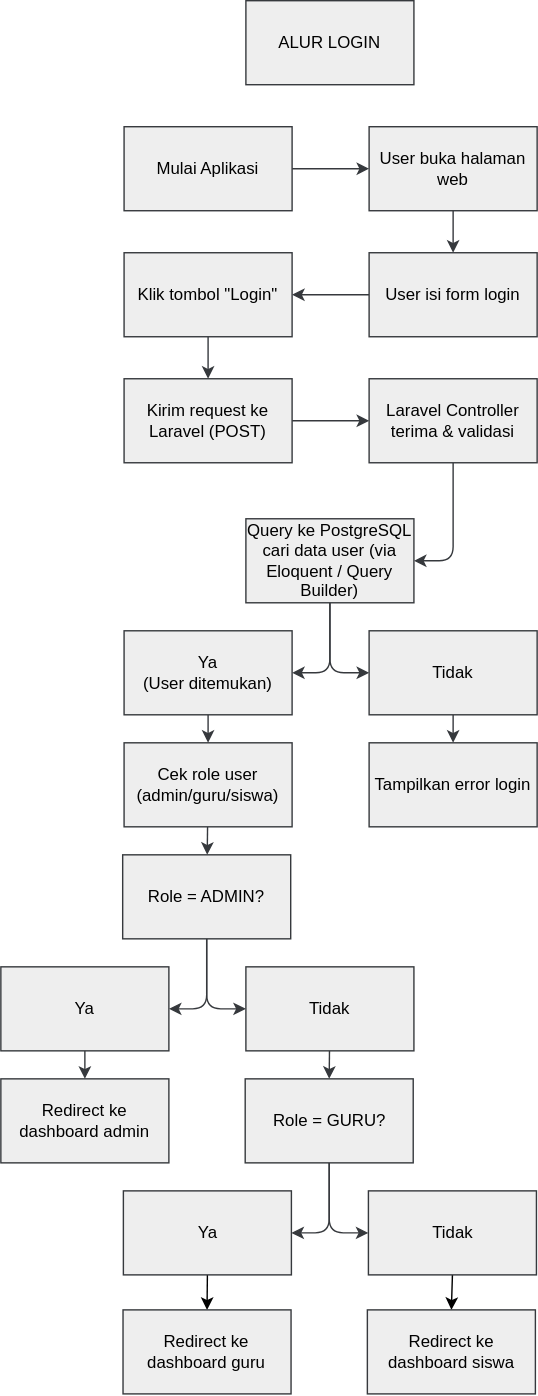
SukaMCD/Aplikasi-Guru keeps this draw.io diagram as Flowchart.drawio.svg. Above is the earlier version. Source tidied: cells renumbered, new cells last; positions are measured from the earlier drawing's top-left corner, leaving out a move shared by most shapes.
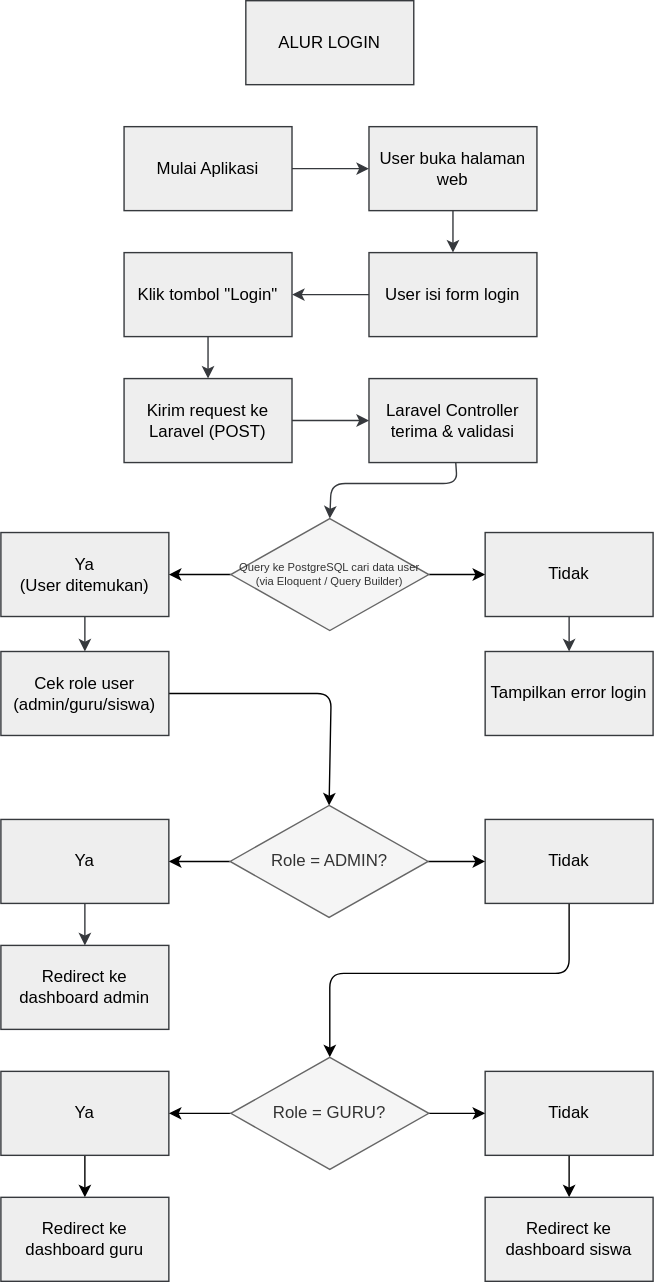
The same file after the commit.

Diff of the diagram source:
```diff
@@ -6,149 +6,135 @@
       <mxGeometry relative="1" as="geometry" />
     </mxCell>
     <mxCell id="3" value="Mulai Aplikasi" style="rounded=0;whiteSpace=wrap;html=1;fillColor=#eeeeee;strokeColor=#36393d;" parent="1" vertex="1">
-      <mxGeometry x="88" y="90" width="120" height="60" as="geometry" />
+      <mxGeometry x="46" y="128" width="120" height="60" as="geometry" />
     </mxCell>
     <mxCell id="4" style="edgeStyle=none;html=1;entryX=0.5;entryY=0;entryDx=0;entryDy=0;fillColor=#eeeeee;strokeColor=#36393d;" parent="1" edge="1" source="5" target="7">
       <mxGeometry relative="1" as="geometry" />
     </mxCell>
     <mxCell id="5" value="User buka halaman web" style="rounded=0;whiteSpace=wrap;html=1;fillColor=#eeeeee;strokeColor=#36393d;" parent="1" vertex="1">
-      <mxGeometry x="263" y="90" width="120" height="60" as="geometry" />
+      <mxGeometry x="221" y="128" width="120" height="60" as="geometry" />
     </mxCell>
     <mxCell id="6" style="edgeStyle=none;html=1;fillColor=#eeeeee;strokeColor=#36393d;" parent="1" edge="1" source="7" target="9">
       <mxGeometry relative="1" as="geometry" />
     </mxCell>
     <mxCell id="7" value="User isi form login" style="rounded=0;whiteSpace=wrap;html=1;fillColor=#eeeeee;strokeColor=#36393d;" parent="1" vertex="1">
-      <mxGeometry x="263" y="180" width="120" height="60" as="geometry" />
+      <mxGeometry x="221" y="218" width="120" height="60" as="geometry" />
     </mxCell>
     <mxCell id="8" style="edgeStyle=none;html=1;entryX=0.5;entryY=0;entryDx=0;entryDy=0;fillColor=#eeeeee;strokeColor=#36393d;" parent="1" edge="1" source="9" target="11">
       <mxGeometry relative="1" as="geometry" />
     </mxCell>
     <mxCell id="9" value="Klik tombol &quot;Login&quot;" style="rounded=0;whiteSpace=wrap;html=1;fillColor=#eeeeee;strokeColor=#36393d;" parent="1" vertex="1">
-      <mxGeometry x="88" y="180" width="120" height="60" as="geometry" />
+      <mxGeometry x="46" y="218" width="120" height="60" as="geometry" />
     </mxCell>
     <mxCell id="10" style="edgeStyle=none;html=1;entryX=0;entryY=0.5;entryDx=0;entryDy=0;fillColor=#eeeeee;strokeColor=#36393d;" parent="1" edge="1" source="11" target="13">
       <mxGeometry relative="1" as="geometry" />
     </mxCell>
     <mxCell id="11" value="Kirim request ke Laravel (POST)" style="rounded=0;whiteSpace=wrap;html=1;fillColor=#eeeeee;strokeColor=#36393d;" parent="1" vertex="1">
-      <mxGeometry x="88" y="270" width="120" height="60" as="geometry" />
+      <mxGeometry x="46" y="308" width="120" height="60" as="geometry" />
     </mxCell>
-    <mxCell id="12" style="edgeStyle=none;html=1;entryX=1;entryY=0.5;entryDx=0;entryDy=0;fillColor=#eeeeee;strokeColor=#36393d;" parent="1" edge="1" source="13" target="16">
+    <mxCell id="12" style="edgeStyle=none;html=1;fillColor=#eeeeee;strokeColor=#36393d;entryX=0.5;entryY=0;entryDx=0;entryDy=0;" parent="1" edge="1" source="13" target="16">
       <mxGeometry relative="1" as="geometry">
         <Array as="points">
-          <mxPoint x="323" y="400" />
+          <mxPoint x="284" y="383" />
+          <mxPoint x="194" y="383" />
         </Array>
       </mxGeometry>
     </mxCell>
     <mxCell id="13" value="Laravel Controller terima &amp;amp; validasi" style="rounded=0;whiteSpace=wrap;html=1;fillColor=#eeeeee;strokeColor=#36393d;" parent="1" vertex="1">
-      <mxGeometry x="263" y="270" width="120" height="60" as="geometry" />
+      <mxGeometry x="221" y="308" width="120" height="60" as="geometry" />
     </mxCell>
-    <mxCell id="14" style="edgeStyle=none;html=1;entryX=1;entryY=0.5;entryDx=0;entryDy=0;fillColor=#eeeeee;strokeColor=#36393d;" parent="1" edge="1" source="16" target="18">
-      <mxGeometry relative="1" as="geometry">
-        <Array as="points">
-          <mxPoint x="235" y="480" />
-        </Array>
-      </mxGeometry>
-    </mxCell>
-    <mxCell id="15" style="edgeStyle=none;html=1;exitX=0.5;exitY=1;exitDx=0;exitDy=0;entryX=0;entryY=0.5;entryDx=0;entryDy=0;fillColor=#eeeeee;strokeColor=#36393d;" parent="1" edge="1" source="16" target="20">
-      <mxGeometry relative="1" as="geometry">
-        <Array as="points">
-          <mxPoint x="235" y="480" />
-        </Array>
-      </mxGeometry>
-    </mxCell>
-    <mxCell id="16" value="&lt;div&gt;&lt;font style=&quot;color: light-dark(rgb(0, 0, 0), rgb(255, 255, 255));&quot;&gt;&lt;font&gt;Query ke PostgreSQL cari data user&lt;/font&gt;&lt;span style=&quot;background-color: transparent;&quot;&gt;&amp;nbsp;(via Eloquent / Query Builder)&amp;nbsp;&lt;/span&gt;&lt;/font&gt;&lt;/div&gt;" style="rounded=0;whiteSpace=wrap;html=1;fillColor=#eeeeee;strokeColor=#36393d;" parent="1" vertex="1">
-      <mxGeometry x="175" y="370" width="120" height="60" as="geometry" />
-    </mxCell>
     <mxCell id="17" style="edgeStyle=none;html=1;fillColor=#eeeeee;strokeColor=#36393d;" parent="1" edge="1" source="18" target="22">
       <mxGeometry relative="1" as="geometry" />
     </mxCell>
     <mxCell id="18" value="Ya&lt;div&gt;(User ditemukan)&lt;/div&gt;" style="rounded=0;whiteSpace=wrap;html=1;fillColor=#eeeeee;strokeColor=#36393d;" parent="1" vertex="1">
-      <mxGeometry x="88" y="450" width="120" height="60" as="geometry" />
+      <mxGeometry x="-42" y="418" width="120" height="60" as="geometry" />
     </mxCell>
     <mxCell id="19" style="edgeStyle=none;html=1;fillColor=#eeeeee;strokeColor=#36393d;" parent="1" edge="1" source="20" target="23">
       <mxGeometry relative="1" as="geometry" />
     </mxCell>
     <mxCell id="20" value="Tidak" style="rounded=0;whiteSpace=wrap;html=1;fillColor=#eeeeee;strokeColor=#36393d;" parent="1" vertex="1">
-      <mxGeometry x="263" y="450" width="120" height="60" as="geometry" />
+      <mxGeometry x="304" y="418" width="120" height="60" as="geometry" />
     </mxCell>
-    <mxCell id="21" style="edgeStyle=none;html=1;fillColor=#eeeeee;strokeColor=#36393d;" parent="1" edge="1" source="22" target="26">
-      <mxGeometry relative="1" as="geometry" />
+    <mxCell id="21" style="edgeStyle=none;html=1;entryX=0.5;entryY=0;entryDx=0;entryDy=0;" parent="1" edge="1" source="22" target="26">
+      <mxGeometry relative="1" as="geometry">
+        <Array as="points">
+          <mxPoint x="194" y="533" />
+        </Array>
+      </mxGeometry>
     </mxCell>
     <mxCell id="22" value="Cek role user (admin/guru/siswa)" style="rounded=0;whiteSpace=wrap;html=1;fillColor=#eeeeee;strokeColor=#36393d;" parent="1" vertex="1">
-      <mxGeometry x="88" y="530" width="120" height="60" as="geometry" />
+      <mxGeometry x="-42" y="503" width="120" height="60" as="geometry" />
     </mxCell>
     <mxCell id="23" value="Tampilkan error login" style="rounded=0;whiteSpace=wrap;html=1;fillColor=#eeeeee;strokeColor=#36393d;" parent="1" vertex="1">
-      <mxGeometry x="263" y="530" width="120" height="60" as="geometry" />
+      <mxGeometry x="304" y="503" width="120" height="60" as="geometry" />
     </mxCell>
-    <mxCell id="24" style="edgeStyle=none;html=1;entryX=1;entryY=0.5;entryDx=0;entryDy=0;fillColor=#eeeeee;strokeColor=#36393d;" parent="1" edge="1" source="26" target="28">
-      <mxGeometry relative="1" as="geometry">
-        <Array as="points">
-          <mxPoint x="147" y="720" />
-        </Array>
-      </mxGeometry>
-    </mxCell>
-    <mxCell id="25" style="edgeStyle=none;html=1;exitX=0.5;exitY=1;exitDx=0;exitDy=0;entryX=0;entryY=0.5;entryDx=0;entryDy=0;fillColor=#eeeeee;strokeColor=#36393d;" parent="1" edge="1" source="26" target="30">
-      <mxGeometry relative="1" as="geometry">
-        <Array as="points">
-          <mxPoint x="147" y="720" />
-        </Array>
-      </mxGeometry>
-    </mxCell>
-    <mxCell id="26" value="Role = ADMIN?" style="rounded=0;whiteSpace=wrap;html=1;fillColor=#eeeeee;strokeColor=#36393d;" parent="1" vertex="1">
-      <mxGeometry x="87" y="610" width="120" height="60" as="geometry" />
-    </mxCell>
     <mxCell id="27" style="edgeStyle=none;html=1;fillColor=#eeeeee;strokeColor=#36393d;" parent="1" edge="1" source="28" target="31">
       <mxGeometry relative="1" as="geometry" />
     </mxCell>
     <mxCell id="28" value="Ya" style="rounded=0;whiteSpace=wrap;html=1;fillColor=#eeeeee;strokeColor=#36393d;" parent="1" vertex="1">
-      <mxGeometry y="690" width="120" height="60" as="geometry" />
+      <mxGeometry x="-42" y="623" width="120" height="60" as="geometry" />
     </mxCell>
-    <mxCell id="29" style="edgeStyle=none;html=1;entryX=0.5;entryY=0;entryDx=0;entryDy=0;fillColor=#eeeeee;strokeColor=#36393d;" parent="1" edge="1" source="30" target="34">
-      <mxGeometry relative="1" as="geometry" />
+    <mxCell id="29" style="edgeStyle=none;html=1;entryX=0.5;entryY=0;entryDx=0;entryDy=0;" parent="1" edge="1" source="30" target="34">
+      <mxGeometry relative="1" as="geometry">
+        <Array as="points">
+          <mxPoint x="364" y="733" />
+          <mxPoint x="193" y="733" />
+        </Array>
+      </mxGeometry>
     </mxCell>
     <mxCell id="30" value="Tidak" style="rounded=0;whiteSpace=wrap;html=1;fillColor=#eeeeee;strokeColor=#36393d;" parent="1" vertex="1">
-      <mxGeometry x="175" y="690" width="120" height="60" as="geometry" />
+      <mxGeometry x="304" y="623" width="120" height="60" as="geometry" />
     </mxCell>
     <mxCell id="31" value="Redirect ke dashboard admin" style="rounded=0;whiteSpace=wrap;html=1;fillColor=#eeeeee;strokeColor=#36393d;" parent="1" vertex="1">
-      <mxGeometry y="770" width="120" height="60" as="geometry" />
+      <mxGeometry x="-42" y="713" width="120" height="60" as="geometry" />
     </mxCell>
-    <mxCell id="32" style="edgeStyle=none;html=1;entryX=1;entryY=0.5;entryDx=0;entryDy=0;fillColor=#eeeeee;strokeColor=#36393d;" parent="1" edge="1" source="34" target="36">
-      <mxGeometry relative="1" as="geometry">
-        <Array as="points">
-          <mxPoint x="234.5" y="880" />
-        </Array>
-      </mxGeometry>
-    </mxCell>
-    <mxCell id="33" style="edgeStyle=none;html=1;exitX=0.5;exitY=1;exitDx=0;exitDy=0;entryX=0;entryY=0.5;entryDx=0;entryDy=0;fillColor=#eeeeee;strokeColor=#36393d;" parent="1" edge="1" source="34" target="38">
-      <mxGeometry relative="1" as="geometry">
-        <Array as="points">
-          <mxPoint x="234.5" y="880" />
-        </Array>
-      </mxGeometry>
-    </mxCell>
-    <mxCell id="34" value="Role = GURU?" style="rounded=0;whiteSpace=wrap;html=1;fillColor=#eeeeee;strokeColor=#36393d;" parent="1" vertex="1">
-      <mxGeometry x="174.5" y="770" width="120" height="60" as="geometry" />
-    </mxCell>
     <mxCell id="35" style="edgeStyle=none;html=1;exitX=0.5;exitY=1;exitDx=0;exitDy=0;entryX=0.5;entryY=0;entryDx=0;entryDy=0;" parent="1" edge="1" source="36" target="40">
       <mxGeometry relative="1" as="geometry" />
     </mxCell>
     <mxCell id="36" value="Ya" style="rounded=0;whiteSpace=wrap;html=1;fillColor=#eeeeee;strokeColor=#36393d;" parent="1" vertex="1">
-      <mxGeometry x="87.5" y="850" width="120" height="60" as="geometry" />
+      <mxGeometry x="-42" y="803" width="120" height="60" as="geometry" />
     </mxCell>
     <mxCell id="37" style="edgeStyle=none;html=1;exitX=0.5;exitY=1;exitDx=0;exitDy=0;entryX=0.5;entryY=0;entryDx=0;entryDy=0;" parent="1" edge="1" source="38" target="41">
       <mxGeometry relative="1" as="geometry" />
     </mxCell>
     <mxCell id="38" value="Tidak" style="rounded=0;whiteSpace=wrap;html=1;fillColor=#eeeeee;strokeColor=#36393d;" parent="1" vertex="1">
-      <mxGeometry x="262.5" y="850" width="120" height="60" as="geometry" />
+      <mxGeometry x="304" y="803" width="120" height="60" as="geometry" />
     </mxCell>
     <mxCell id="39" value="ALUR LOGIN" style="rounded=0;whiteSpace=wrap;html=1;fillColor=#eeeeee;strokeColor=#36393d;" parent="1" vertex="1">
-      <mxGeometry x="175" width="120" height="60" as="geometry" />
+      <mxGeometry x="133" y="38" width="120" height="60" as="geometry" />
     </mxCell>
     <mxCell id="40" value="Redirect ke dashboard guru" style="rounded=0;whiteSpace=wrap;html=1;fillColor=#eeeeee;strokeColor=#36393d;" parent="1" vertex="1">
-      <mxGeometry x="87.2" y="935" width="120" height="60" as="geometry" />
+      <mxGeometry x="-42" y="893" width="120" height="60" as="geometry" />
     </mxCell>
     <mxCell id="41" value="Redirect ke dashboard siswa" style="rounded=0;whiteSpace=wrap;html=1;fillColor=#eeeeee;strokeColor=#36393d;" parent="1" vertex="1">
-      <mxGeometry x="261.8" y="935" width="120" height="60" as="geometry" />
+      <mxGeometry x="304" y="893" width="120" height="60" as="geometry" />
     </mxCell>
+    <mxCell id="14" style="edgeStyle=none;html=1;entryX=1;entryY=0.5;entryDx=0;entryDy=0;" parent="1" edge="1" source="16" target="18">
+      <mxGeometry relative="1" as="geometry" />
+    </mxCell>
+    <mxCell id="15" style="edgeStyle=none;html=1;exitX=1;exitY=0.5;exitDx=0;exitDy=0;entryX=0;entryY=0.5;entryDx=0;entryDy=0;" parent="1" edge="1" source="16" target="20">
+      <mxGeometry relative="1" as="geometry" />
+    </mxCell>
+    <mxCell id="16" value="Query ke PostgreSQL cari data user&lt;span style=&quot;background-color: transparent;&quot;&gt;&amp;nbsp;(via Eloquent / Query Builder)&amp;nbsp;&lt;/span&gt;" style="rhombus;whiteSpace=wrap;html=1;fontSize=8;fillColor=#f5f5f5;fontColor=#333333;strokeColor=#666666;" parent="1" vertex="1">
+      <mxGeometry x="122.2" y="408" width="141.5" height="80" as="geometry" />
+    </mxCell>
+    <mxCell id="25" style="edgeStyle=none;html=1;entryX=0;entryY=0.5;entryDx=0;entryDy=0;" parent="1" edge="1" source="26" target="30">
+      <mxGeometry relative="1" as="geometry" />
+    </mxCell>
+    <mxCell id="24" style="edgeStyle=none;html=1;entryX=1;entryY=0.5;entryDx=0;entryDy=0;" parent="1" edge="1" source="26" target="28">
+      <mxGeometry relative="1" as="geometry" />
+    </mxCell>
+    <mxCell id="26" value="&lt;span style=&quot;font-size: 12px;&quot;&gt;Role = ADMIN?&lt;/span&gt;" style="rhombus;whiteSpace=wrap;html=1;fontSize=8;fillColor=#f5f5f5;fontColor=light-dark(#333333,#FFFFFF);strokeColor=#666666;" parent="1" vertex="1">
+      <mxGeometry x="121.8" y="613" width="141.5" height="80" as="geometry" />
+    </mxCell>
+    <mxCell id="33" style="edgeStyle=none;html=1;entryX=0;entryY=0.5;entryDx=0;entryDy=0;" parent="1" edge="1" source="34" target="38">
+      <mxGeometry relative="1" as="geometry" />
+    </mxCell>
+    <mxCell id="32" style="edgeStyle=none;html=1;entryX=1;entryY=0.5;entryDx=0;entryDy=0;" parent="1" edge="1" source="34" target="36">
+      <mxGeometry relative="1" as="geometry" />
+    </mxCell>
+    <mxCell id="34" value="&lt;span style=&quot;font-size: 12px;&quot;&gt;Role = GURU?&lt;/span&gt;" style="rhombus;whiteSpace=wrap;html=1;fontSize=8;fillColor=#f5f5f5;fontColor=light-dark(#333333,#FFFFFF);strokeColor=#666666;" parent="1" vertex="1">
+      <mxGeometry x="122.2" y="793" width="141.5" height="80" as="geometry" />
+    </mxCell>
   </root>
 </mxGraphModel>
```
